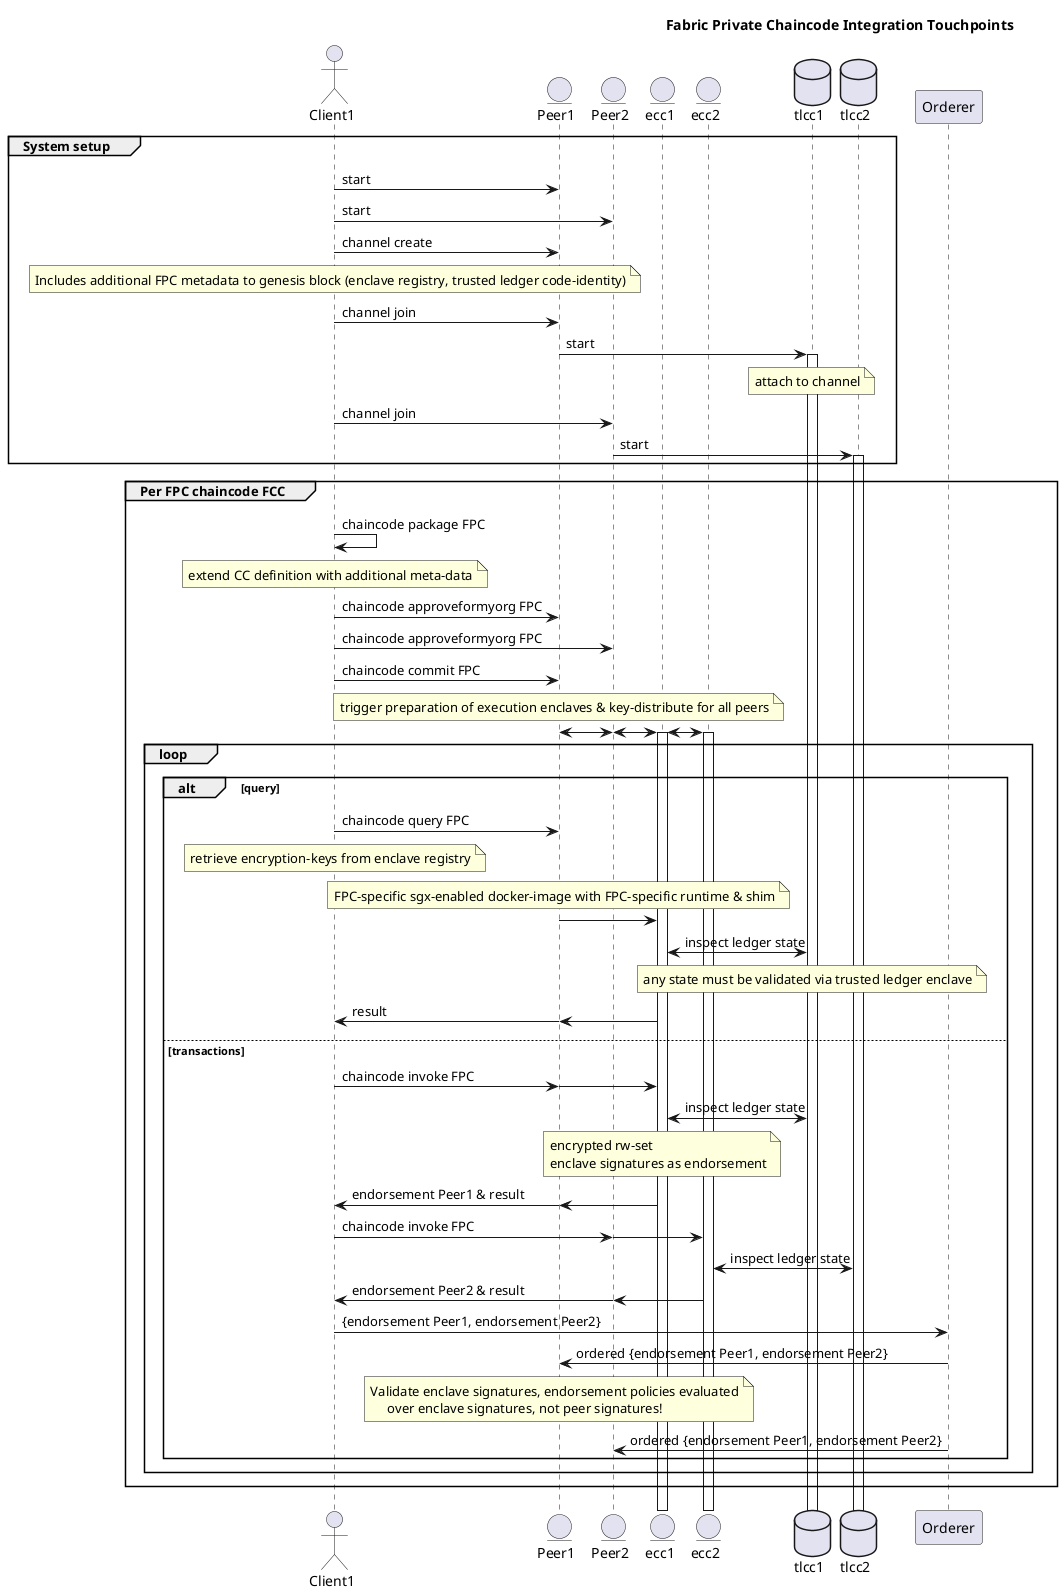
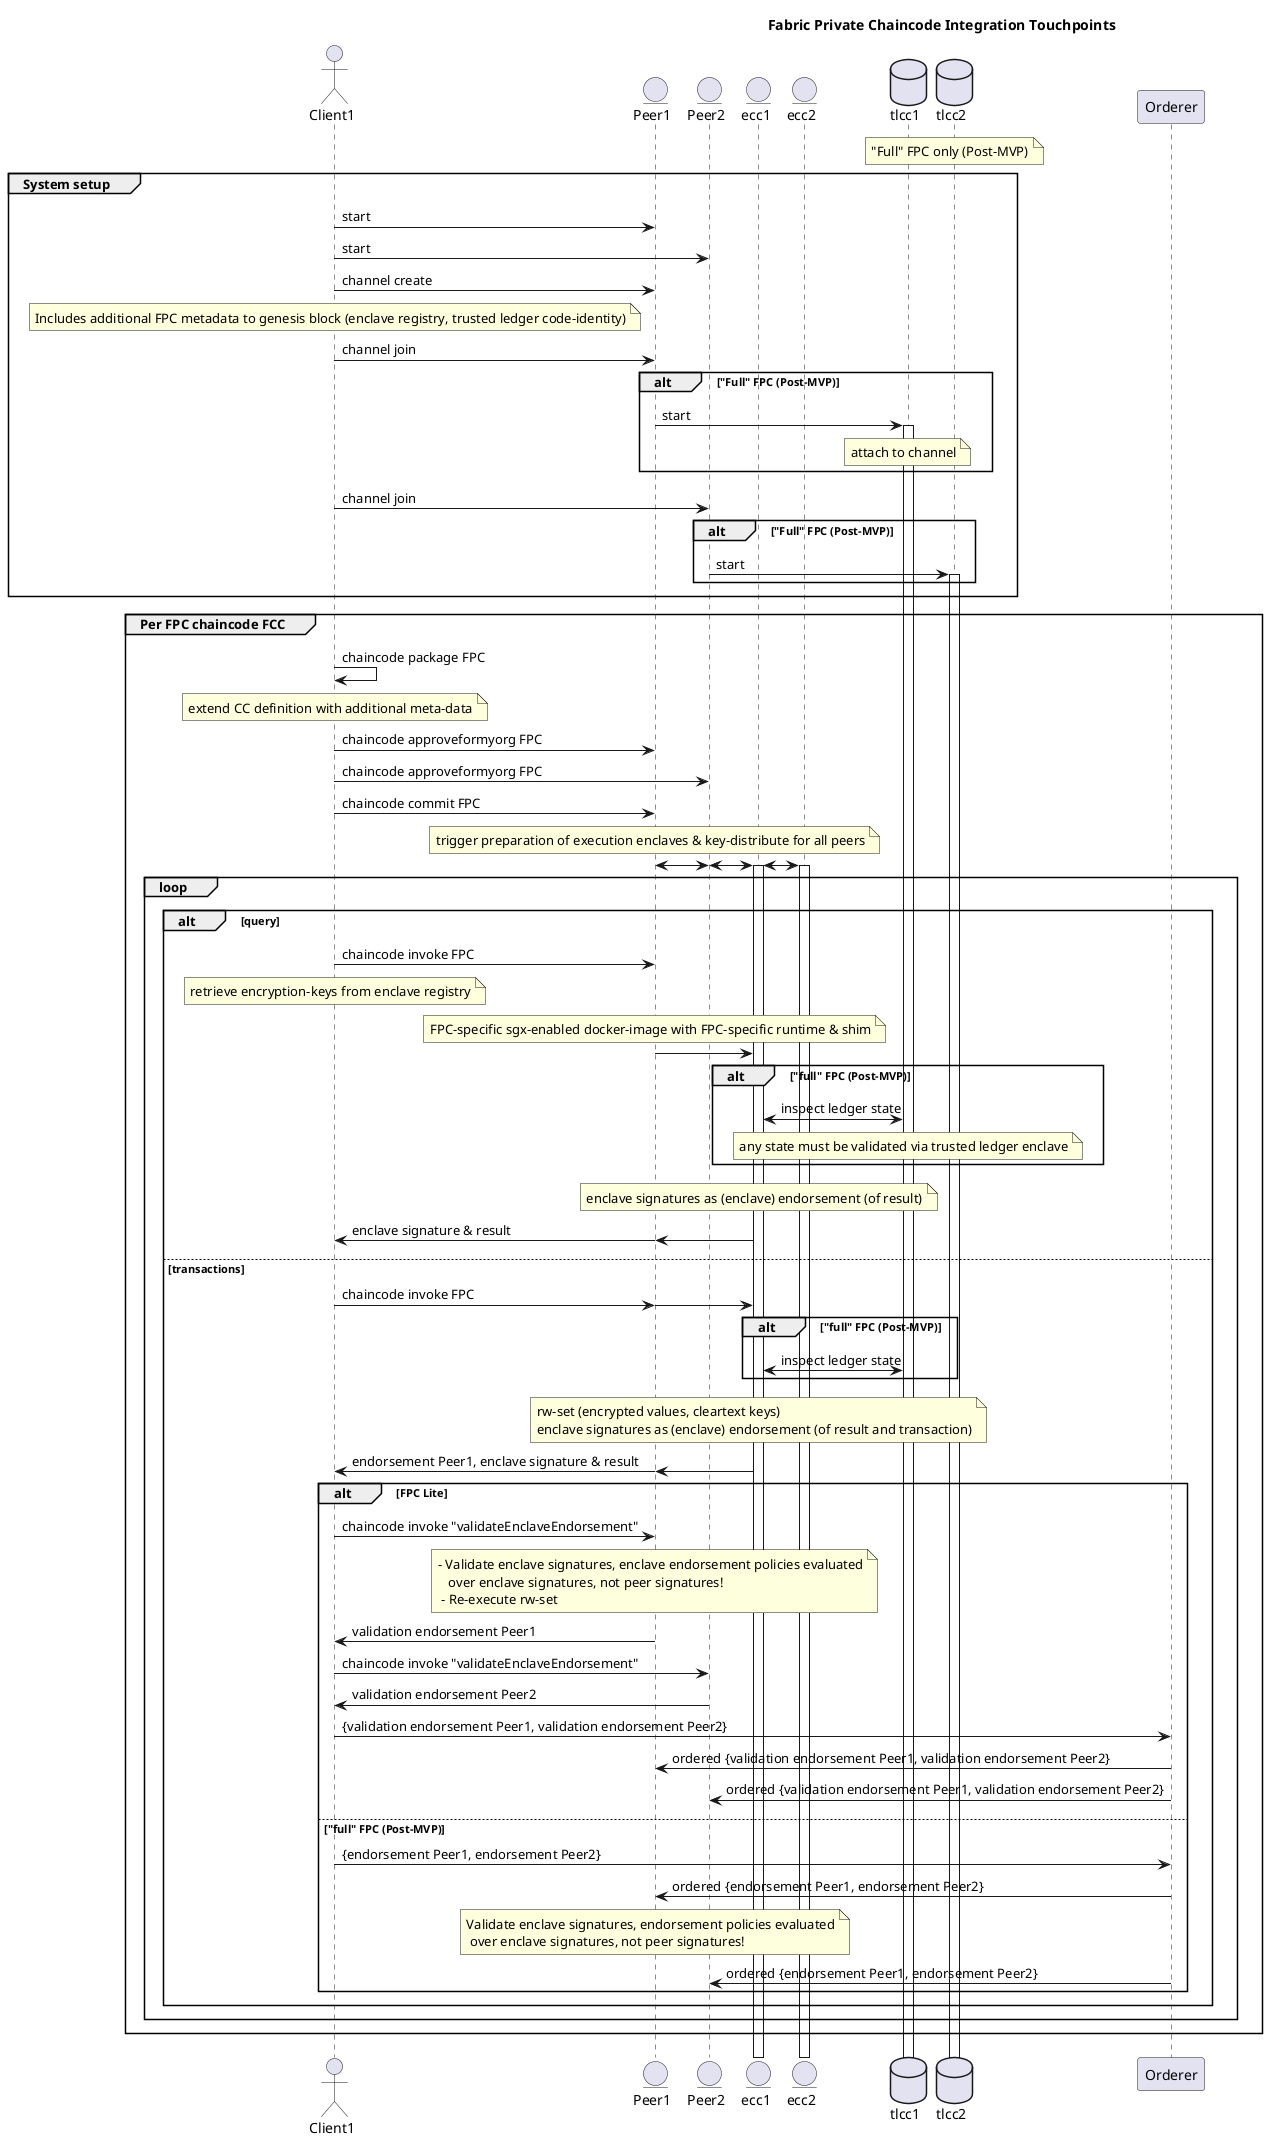
/'
    Copyright 2020 Intel Corporation
    Copyright IBM Corp. All Rights Reserved.

    SPDX-License-Identifier: Apache-2.0
'/

@startuml

'- force wrapping of longer text
'skinparam wrapWidth 400

!pragma teoz true


title Fabric Private Chaincode Integration Touchpoints

actor	Client1
entity	Peer1
entity	Peer2
entity ecc1
entity ecc2
database tlcc1
database tlcc2
'entity	Orderer
'database Ledger

+ note over tlcc2
+   "Full" FPC only (Post-MVP)
+ end note
+ 
group System setup

-    Client1 -> Peer1 : start
-    Client1 -> Peer2 : start
+   Client1 -> Peer1 : start
+   Client1 -> Peer2 : start

-    Client1 -> Peer1 : channel create
-    note over Client1
+   Client1 -> Peer1 : channel create
+     note over Client1
      Includes additional FPC metadata to genesis block (enclave registry, trusted ledger code-identity)
-    end note
+     end note

-    Client1 -> Peer1 : channel join
-    Peer1 -> tlcc1 : start
-    activate tlcc1
-    note over tlcc1
-      attach to channel
-    end note
+   Client1 -> Peer1 : channel join
+   alt "Full" FPC (Post-MVP)
+     Peer1 -> tlcc1 : start
+     activate tlcc1
+       note over tlcc1
+         attach to channel
+       end note
+   end

-    Client1 -> Peer2 : channel join
-    Peer2 -> tlcc2 : start
-    activate tlcc2
-    /'
-     ' note over tlcc2
-     '   attach to channel
-     ' end note
-     '/
+   Client1 -> Peer2 : channel join
+   alt "Full" FPC (Post-MVP)
+     Peer2 -> tlcc2 : start
+     activate tlcc2
+   end

end


group Per FPC chaincode FCC

   Client1 -> Client1: chaincode package FPC
   note over Client1
     extend CC definition with additional meta-data
   end note

   Client1 -> Peer1 : chaincode approveformyorg FPC
   Client1 -> Peer2 : chaincode approveformyorg FPC

   Client1 -> Peer1 : chaincode commit FPC
   note over Peer1
     trigger preparation of execution enclaves & key-distribute for all peers
   end note
   Peer1 <-> Peer2
   & Peer2 <-> ecc1
   & ecc1 <-> ecc2
   activate ecc1
   activate ecc2

   loop
     alt query
-         Client1 -> Peer1 : chaincode query FPC
+         Client1 -> Peer1 : chaincode invoke FPC
          note over Client1
            retrieve encryption-keys from enclave registry
          end note
          note over Peer1
            FPC-specific sgx-enabled docker-image with FPC-specific runtime & shim
          end note
        Peer1 -> ecc1
-         ecc1 <-> tlcc1: inspect ledger state
-           note over tlcc1
-             any state must be validated via trusted ledger enclave
-           end note
+         alt "full" FPC (Post-MVP)
+           ecc1 <-> tlcc1: inspect ledger state
+             note over tlcc1
+               any state must be validated via trusted ledger enclave
+             end note
+         end
+         note over ecc1
+   	      enclave signatures as (enclave) endorsement (of result)
+         end note
        Peer1 <- ecc1
-         & Client1 <- Peer1 : result
+         & Client1 <- Peer1 : enclave signature & result

     else transactions
        Client1 -> Peer1 : chaincode invoke FPC
        & Peer1 -> ecc1
-         ecc1 <-> tlcc1: inspect ledger state
+         alt "full" FPC (Post-MVP)
+           ecc1 <-> tlcc1: inspect ledger state
+         end
        note over ecc1
-   	  encrypted rw-set
-   	  enclave signatures as endorsement
+   	      rw-set (encrypted values, cleartext keys)
+   	      enclave signatures as (enclave) endorsement (of result and transaction)
        end note
        Peer1 <- ecc1
-         & Client1 <- Peer1 : endorsement Peer1 & result
+         & Client1 <- Peer1 : endorsement Peer1, enclave signature & result

-         Client1 -> Peer2 : chaincode invoke FPC
-         & Peer2 -> ecc2
-         ecc2 <-> tlcc2: inspect ledger state
-         Peer2 <- ecc2
-         & Client1 <- Peer2 : endorsement Peer2 & result
-         Client1 -> Orderer : {endorsement Peer1, endorsement Peer2}
-         Peer1 <- Orderer : ordered {endorsement Peer1, endorsement Peer2}
-         note over Peer1
-   	  Validate enclave signatures, endorsement policies evaluated
-           over enclave signatures, not peer signatures!
-         end note
-         Peer2 <- Orderer : ordered {endorsement Peer1, endorsement Peer2}
+         alt FPC Lite
+           Client1 -> Peer1 : chaincode invoke "validateEnclaveEndorsement"
+             note over Peer1
+   	          - Validate enclave signatures, enclave endorsement policies evaluated
+                 over enclave signatures, not peer signatures!
+               - Re-execute rw-set
+             end note
+           Client1 <- Peer1 : validation endorsement Peer1
+           Client1 -> Peer2 : chaincode invoke "validateEnclaveEndorsement"
+           Client1 <- Peer2 : validation endorsement Peer2
+           Client1 -> Orderer : {validation endorsement Peer1, validation endorsement Peer2}
+           Peer1 <- Orderer : ordered {validation endorsement Peer1, validation endorsement Peer2}
+           Peer2 <- Orderer : ordered {validation endorsement Peer1, validation endorsement Peer2}
+         else "full" FPC (Post-MVP)
+           Client1 -> Orderer : {endorsement Peer1, endorsement Peer2}
+           Peer1 <- Orderer : ordered {endorsement Peer1, endorsement Peer2}
+             note over Peer1
+   	          Validate enclave signatures, endorsement policies evaluated
+               over enclave signatures, not peer signatures!
+             end note
+           Peer2 <- Orderer : ordered {endorsement Peer1, endorsement Peer2}
+         end
     end
   end

end

@enduml
